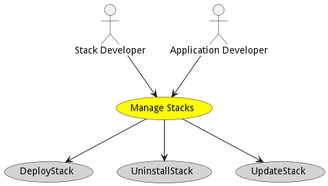
madajaju/edgemere keeps this PlantUML diagram as docs/edgemere/sml/so/usecases/managestacks/Activities.png. Above is the earlier version.
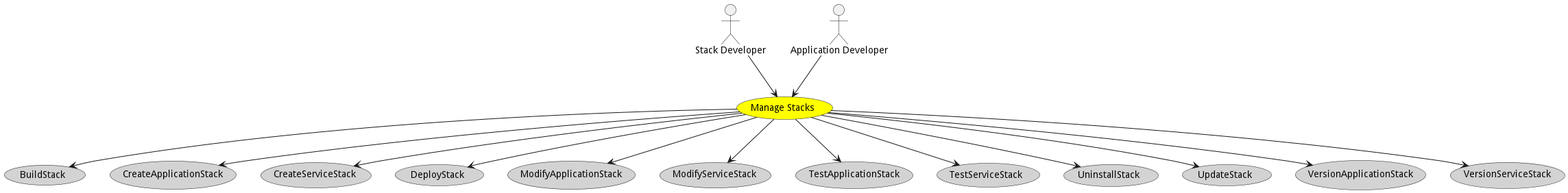
The same file after the commit.

Diff of the diagram source:
```diff
@@ -13,9 +13,37 @@
 
 
 
+usecase "BuildStack" as BuildStack #lightgrey
+
+ManageStacks --> BuildStack
+
+usecase "CreateApplicationStack" as CreateApplicationStack #lightgrey
+
+ManageStacks --> CreateApplicationStack
+
+usecase "CreateServiceStack" as CreateServiceStack #lightgrey
+
+ManageStacks --> CreateServiceStack
+
 usecase "DeployStack" as DeployStack #lightgrey
 
 ManageStacks --> DeployStack
+
+usecase "ModifyApplicationStack" as ModifyApplicationStack #lightgrey
+
+ManageStacks --> ModifyApplicationStack
+
+usecase "ModifyServiceStack" as ModifyServiceStack #lightgrey
+
+ManageStacks --> ModifyServiceStack
+
+usecase "TestApplicationStack" as TestApplicationStack #lightgrey
+
+ManageStacks --> TestApplicationStack
+
+usecase "TestServiceStack" as TestServiceStack #lightgrey
+
+ManageStacks --> TestServiceStack
 
 usecase "UninstallStack" as UninstallStack #lightgrey
 
@@ -24,6 +52,14 @@
 usecase "UpdateStack" as UpdateStack #lightgrey
 
 ManageStacks --> UpdateStack
+
+usecase "VersionApplicationStack" as VersionApplicationStack #lightgrey
+
+ManageStacks --> VersionApplicationStack
+
+usecase "VersionServiceStack" as VersionServiceStack #lightgrey
+
+ManageStacks --> VersionServiceStack
 
 
 
```
